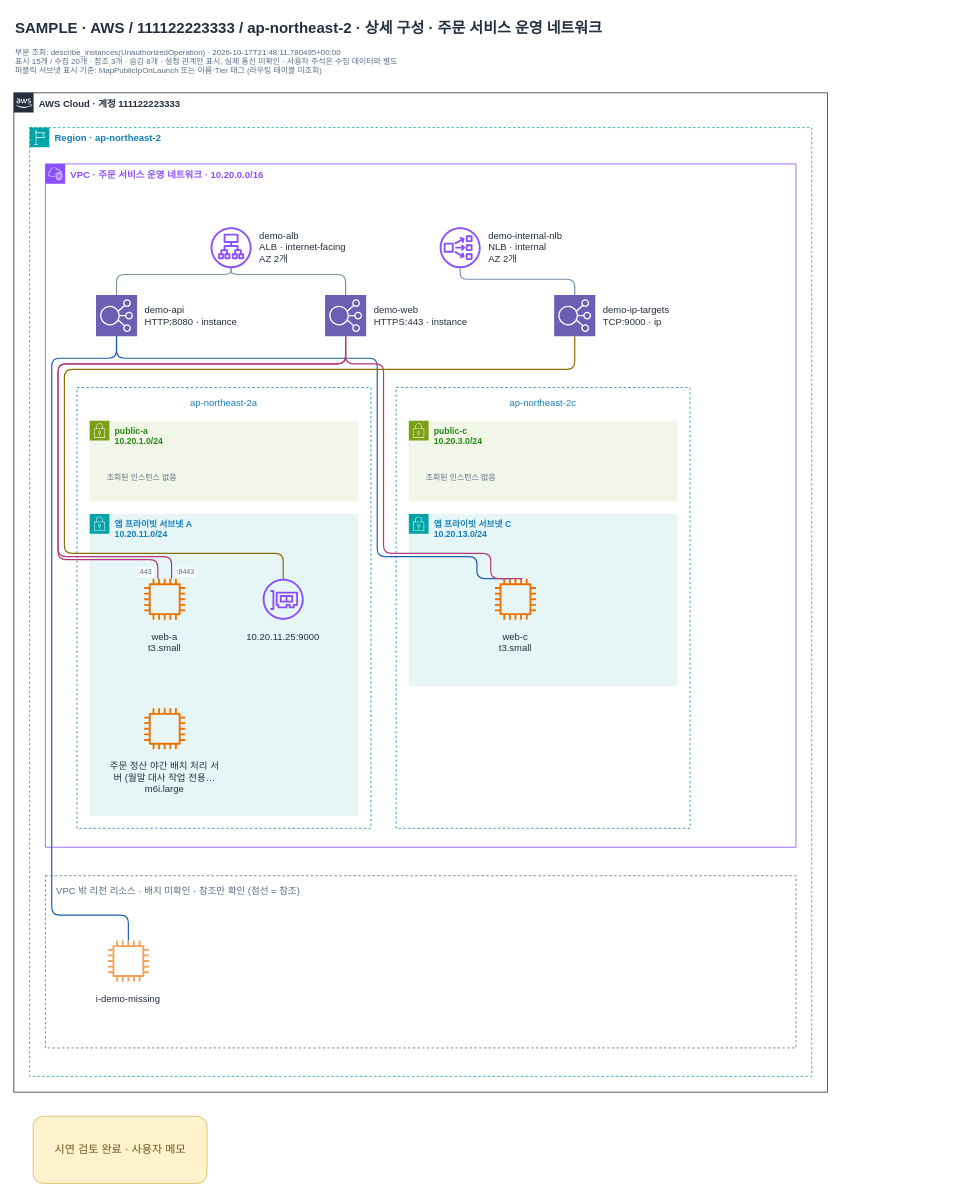
men16922/diagram-bot keeps this draw.io diagram as examples/demo/edited-topology.drawio. Above is the earlier version. Source tidied: cells renumbered, new cells numbered last; positions are measured from the earlier drawing's top-left corner, leaving out a move shared by most shapes. Both pictures are drawn from the tidied source at 79%, with x=0, y=0 at pixel (13, 13).
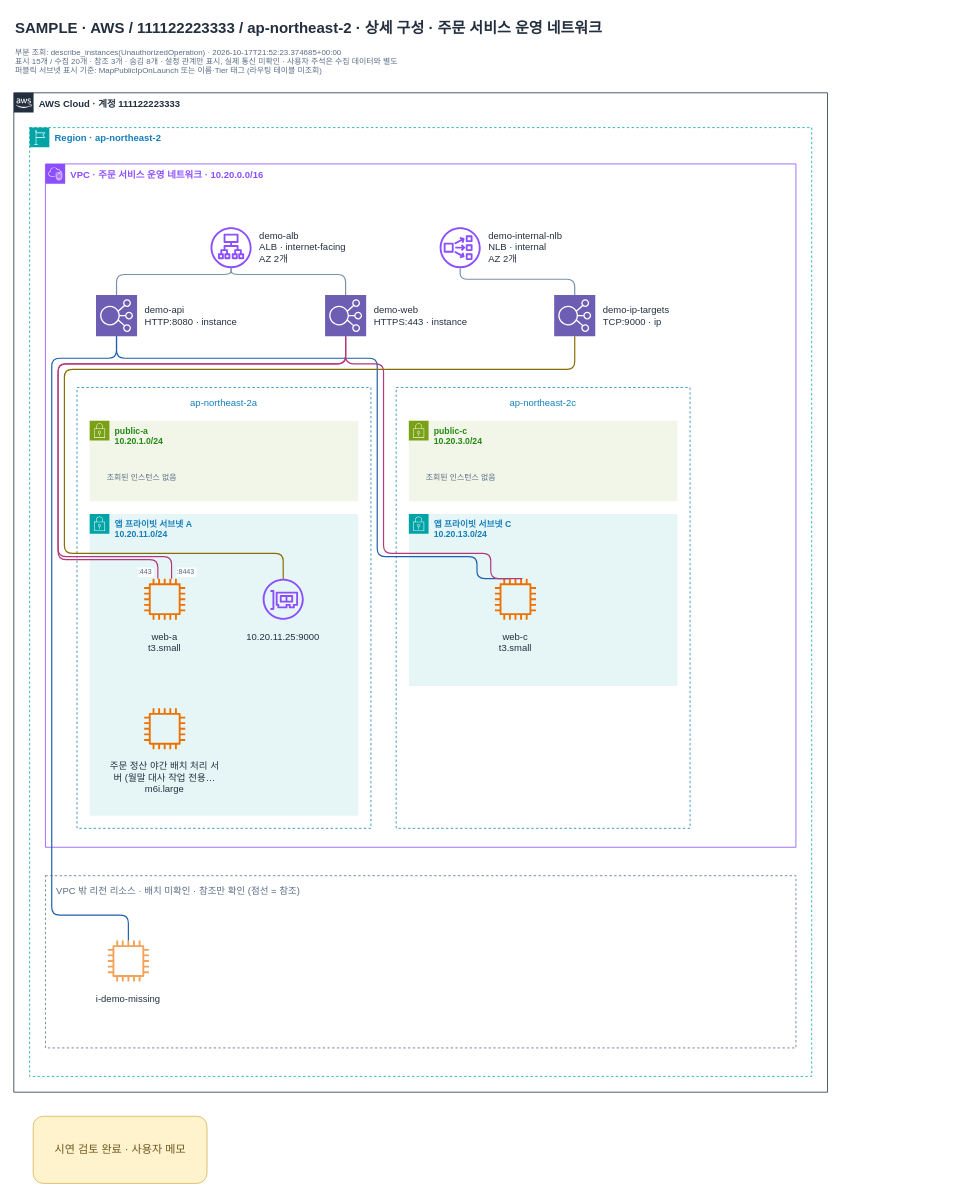
After the change.

Diff of the diagram source:
```diff
@@
-    <mxCell id="3" value="부분 조회: describe_instances(UnauthorizedOperation) · 2026-10-17T21:48:11.780495+00:00&#10;표시 15개 / 수집 20개 · 참조 3개 · 숨김 8개 · 설정 관계만 표시, 실제 통신 미확인 · 사용자 주석은 수집 데이터와 별도&#10;퍼블릭 서브넷 표시 기준: MapPublicIpOnLaunch 또는 이름·Tier 태그 (라우팅 테이블 미조회)" style="html=0;fontFamily=Arial;fontSize=12;fontColor=#232F3E;text;align=left;verticalAlign=top;whiteSpace=wrap;fontSize=10;fontColor=#5A6C86;strokeColor=none;fillColor=none;" parent="1" vertex="1">
+    <mxCell id="3" value="부분 조회: describe_instances(UnauthorizedOperation) · 2026-10-17T21:52:23.374685+00:00&#10;표시 15개 / 수집 20개 · 참조 3개 · 숨김 8개 · 설정 관계만 표시, 실제 통신 미확인 · 사용자 주석은 수집 데이터와 별도&#10;퍼블릭 서브넷 표시 기준: MapPublicIpOnLaunch 또는 이름·Tier 태그 (라우팅 테이블 미조회)" style="html=0;fontFamily=Arial;fontSize=12;fontColor=#232F3E;text;align=left;verticalAlign=top;whiteSpace=wrap;fontSize=10;fontColor=#5A6C86;strokeColor=none;fillColor=none;" parent="1" vertex="1">
       <mxGeometry y="36" width="960" height="42" as="geometry" />
     </mxCell>
```
